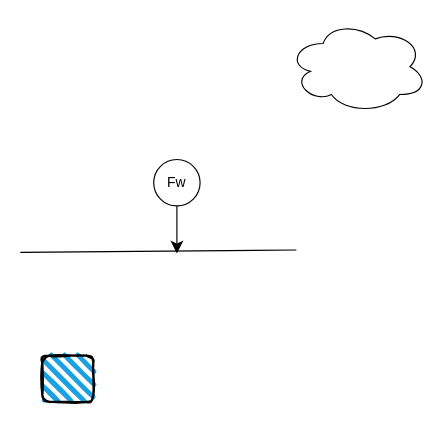
This is netbird01.drawio from itrmutt/Note_for_20220507, a draw.io file, before an edit. Source tidied: cells renumbered, new cells numbered last; positions are measured from the earlier drawing's top-left corner, leaving out a move shared by most shapes. Both pictures are drawn from the tidied source at 116%, with x=0, y=0 at pixel (20, 20).
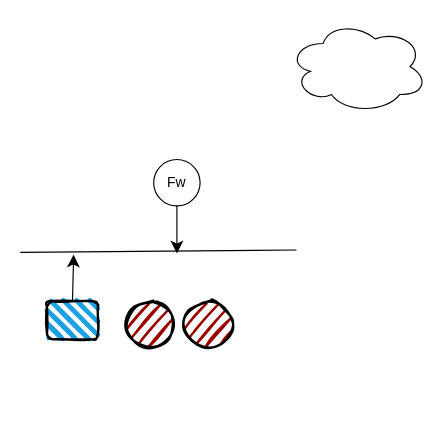
The same diagram, later.

Diff of the diagram source:
```diff
@@
 <mxGraphModel>
   <root>
     <mxCell id="0" />
     <mxCell id="1" parent="0" />
     <mxCell id="2" style="ellipse;shape=cloud;whiteSpace=wrap;html=1;" parent="1" vertex="1">
       <mxGeometry x="231" width="120" height="80" as="geometry" />
     </mxCell>
     <mxCell id="3" style="edgeStyle=none;curved=1;rounded=0;jettySize=auto;html=1;exitX=0.5;exitY=1;exitDx=0;exitDy=0;fontSize=12;startSize=8;endSize=8;" parent="1" edge="1" source="4">
       <mxGeometry relative="1" as="geometry">
         <mxPoint x="135" y="201" as="targetPoint" />
       </mxGeometry>
     </mxCell>
     <mxCell id="4" value="Fw" style="ellipse;whiteSpace=wrap;html=1;" parent="1" vertex="1">
       <mxGeometry x="115" y="120" width="40" height="40" as="geometry" />
     </mxCell>
     <mxCell id="5" style="endArrow=none;html=1;rounded=0;fontSize=12;startSize=8;endSize=8;curved=1;" parent="1" edge="1">
       <mxGeometry relative="1" as="geometry">
         <mxPoint y="200" as="sourcePoint" />
         <mxPoint x="238" y="198" as="targetPoint" />
       </mxGeometry>
     </mxCell>
+    <mxCell id="7" style="edgeStyle=none;curved=1;rounded=0;jettySize=auto;html=1;exitX=0.5;exitY=0;exitDx=0;exitDy=0;fontSize=12;startSize=8;endSize=8;" parent="1" edge="1" source="6">
+      <mxGeometry relative="1" as="geometry">
+        <mxPoint x="46" y="202" as="targetPoint" />
+      </mxGeometry>
+    </mxCell>
     <mxCell id="6" style="rounded=1;whiteSpace=wrap;html=1;strokeWidth=2;fillWeight=4;hachureGap=8;hachureAngle=45;fillColor=#1ba1e2;sketch=1;" parent="1" vertex="1">
-      <mxGeometry x="19" y="289" width="44" height="40" as="geometry" />
+      <mxGeometry x="23" y="242" width="44" height="33" as="geometry" />
     </mxCell>
+    <mxCell id="8" style="ellipse;whiteSpace=wrap;html=1;strokeWidth=2;fillWeight=2;hachureGap=8;fillColor=#990000;fillStyle=dots;sketch=1;" parent="1" vertex="1">
+      <mxGeometry x="90" y="242" width="44" height="40" as="geometry" />
+    </mxCell>
+    <mxCell id="9" style="ellipse;whiteSpace=wrap;html=1;strokeWidth=2;fillWeight=2;hachureGap=8;fillColor=#990000;fillStyle=dots;sketch=1;" parent="1" vertex="1">
+      <mxGeometry x="140" y="242" width="44" height="40" as="geometry" />
+    </mxCell>
   </root>
 </mxGraphModel>
```
